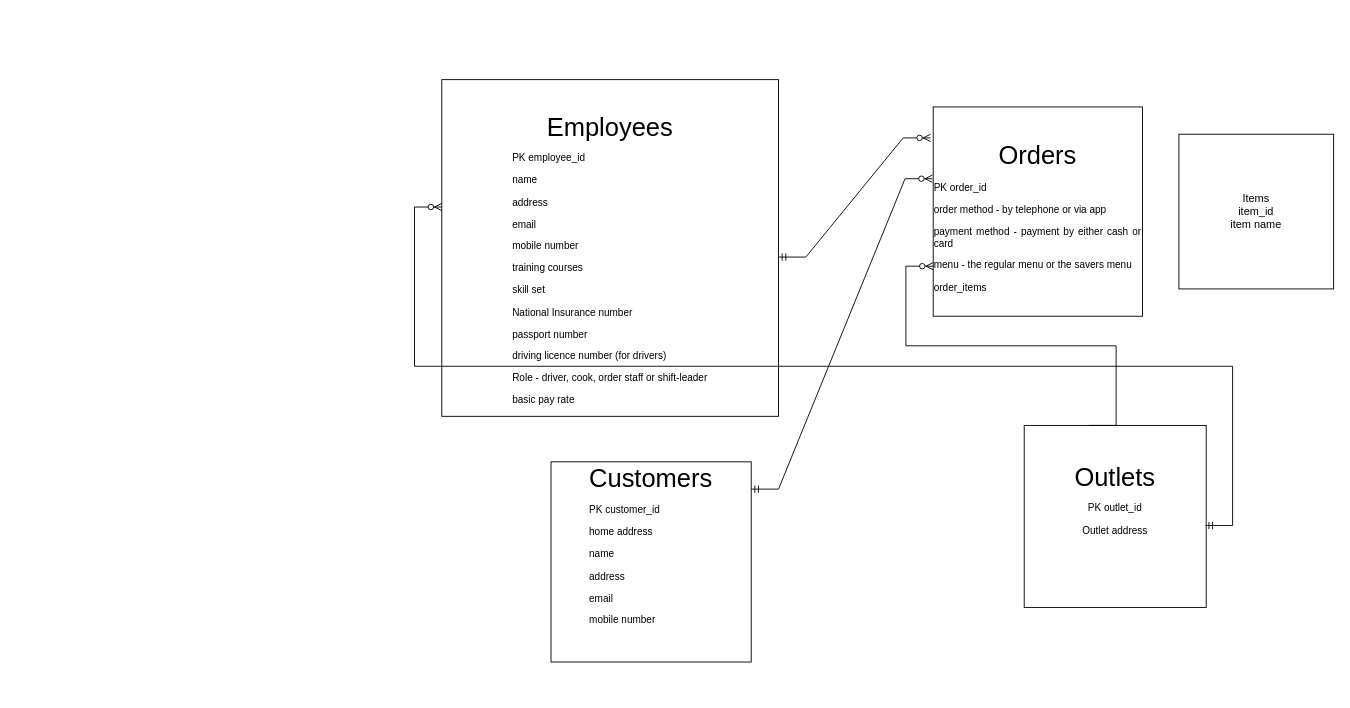
This is Untitled Diagram.drawio from yuliiabosher/Relational-databases, a draw.io file, before an edit. Source tidied: cells renumbered, new cells numbered last; positions are measured from the earlier drawing's top-left corner, leaving out a move shared by most shapes. Both pictures are drawn from the tidied source at 91%, with x=0, y=0 at pixel (346, 79).
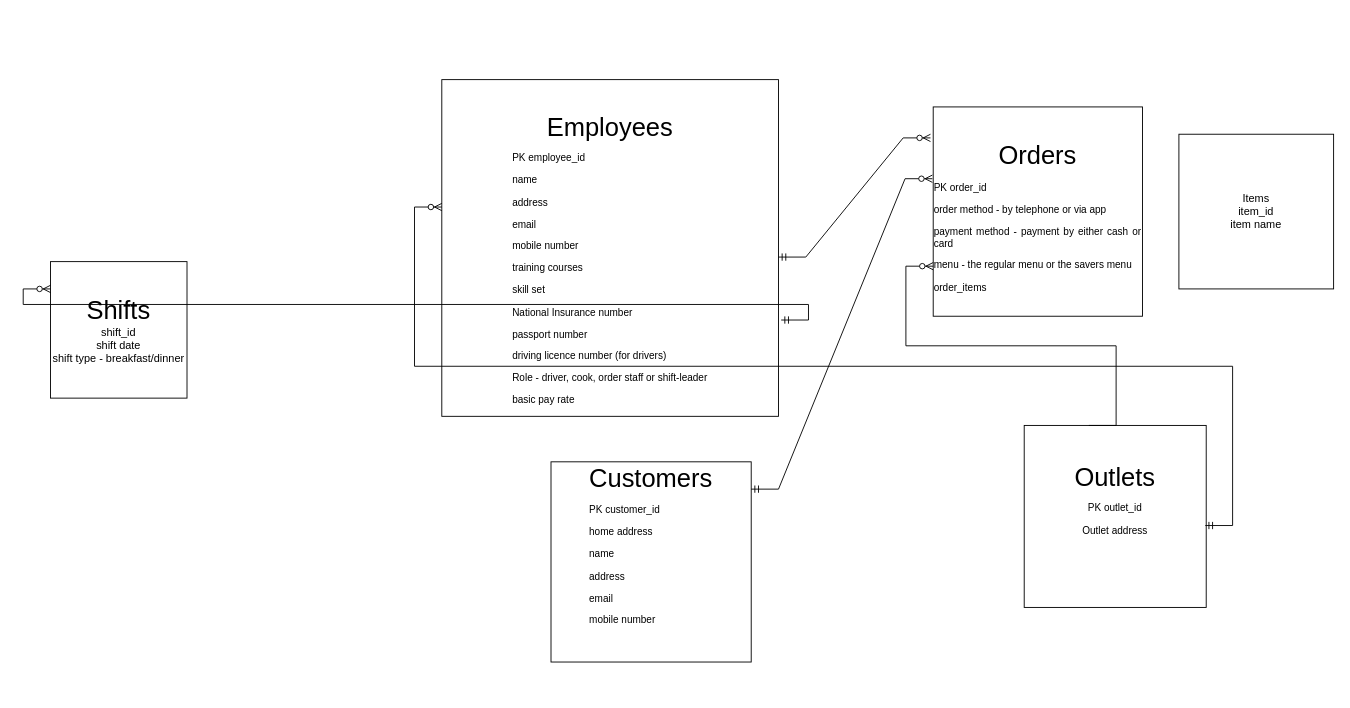
After the change.

Unchanged cells that the change refers to:
```xml
<mxCell id="2" value="&lt;p style=&quot;text-align: center; font-size: 11px;&quot;&gt;&lt;font style=&quot;font-size: 11px;&quot;&gt;&lt;br&gt;&lt;/font&gt;&lt;/p&gt;&lt;p style=&quot;text-align: center; font-size: 11px;&quot;&gt;&lt;font style=&quot;font-size: 28px;&quot;&gt;Employees&lt;/font&gt;&lt;/p&gt;&lt;p style=&quot;text-align: left; font-size: 11px;&quot;&gt;&lt;font style=&quot;font-size: 11px;&quot;&gt;PK employee_id&lt;/font&gt;&lt;/p&gt;&lt;p style=&quot;text-align: justify; font-size: 11px;&quot;&gt;&lt;font style=&quot;font-size: 11px;&quot;&gt;&lt;span style=&quot;font-family: Calibri;&quot;&gt;name&lt;/span&gt;&lt;/font&gt;&lt;/p&gt;&lt;p style=&quot;text-align: justify; font-size: 11px;&quot;&gt;&lt;font style=&quot;font-size: 11px;&quot;&gt;&lt;span style=&quot;font-family: Calibri;&quot;&gt;address&lt;/span&gt;&lt;/font&gt;&lt;/p&gt;&lt;p style=&quot;text-align: justify; font-size: 11px;&quot;&gt;&lt;font style=&quot;font-size: 11px;&quot;&gt;&lt;span style=&quot;font-family: Calibri;&quot;&gt;email&lt;/span&gt;&lt;/font&gt;&lt;/p&gt;&lt;p style=&quot;text-align: justify; font-size: 11px;&quot;&gt;&lt;font style=&quot;font-size: 11px;&quot;&gt;&lt;span style=&quot;font-family: Calibri;&quot;&gt;mobile number&lt;/span&gt;&lt;/font&gt;&lt;/p&gt;&lt;p style=&quot;text-align: justify; font-size: 11px;&quot;&gt;&lt;font style=&quot;font-size: 11px;&quot;&gt;&lt;span style=&quot;font-family: Calibri;&quot;&gt;training courses&lt;/span&gt;&lt;/font&gt;&lt;/p&gt;&lt;p style=&quot;text-align: justify; font-size: 11px;&quot;&gt;&lt;font style=&quot;font-size: 11px;&quot;&gt;&lt;span style=&quot;font-family: Calibri;&quot;&gt;skill set&lt;/span&gt;&lt;/font&gt;&lt;/p&gt;&lt;p style=&quot;text-align: justify; font-size: 11px;&quot;&gt;&lt;font style=&quot;font-size: 11px;&quot;&gt;&lt;span style=&quot;font-family: Calibri;&quot;&gt;National Insurance number&lt;/span&gt;&lt;/font&gt;&lt;/p&gt;&lt;p style=&quot;text-align: justify; font-size: 11px;&quot;&gt;&lt;font style=&quot;font-size: 11px;&quot;&gt;&lt;span style=&quot;font-family: Calibri;&quot;&gt;passport number &lt;/span&gt;&lt;/font&gt;&lt;/p&gt;&lt;p style=&quot;text-align: justify; font-size: 11px;&quot;&gt;&lt;font style=&quot;font-size: 11px;&quot;&gt;&lt;span style=&quot;font-family: Calibri;&quot;&gt;driving licence number (for drivers)&lt;/span&gt;&lt;/font&gt;&lt;/p&gt;&lt;p style=&quot;text-align: justify; font-size: 11px;&quot;&gt;&lt;font style=&quot;font-size: 11px;&quot;&gt;&lt;span style=&quot;font-family: Calibri;&quot;&gt;Role - driver, cook, order staff or shift-leader&lt;/span&gt;&lt;/font&gt;&lt;/p&gt;&lt;p style=&quot;text-align: justify; font-size: 11px;&quot;&gt;&lt;font style=&quot;font-size: 11px;&quot;&gt;&lt;span style=&quot;font-family: Calibri;&quot;&gt;basic pay rate&lt;/span&gt;&lt;/font&gt;&lt;br&gt;&lt;/p&gt;" style="whiteSpace=wrap;html=1;" parent="1" vertex="1">
  <mxGeometry x="105" width="370" height="370" as="geometry" />
</mxCell>
```

Change to the diagram source:
```diff
@@
+    <mxCell id="11" value="&lt;div style=&quot;font-size: 13px;&quot;&gt;&lt;font style=&quot;font-size: 28px;&quot;&gt;Shifts&lt;/font&gt;&lt;/div&gt;&lt;div&gt;shift_id&lt;/div&gt;&lt;div&gt;shift date&lt;/div&gt;&lt;div&gt;shift type - breakfast/dinner&lt;br&gt;&lt;/div&gt;" style="whiteSpace=wrap;html=1;" parent="1" vertex="1">
+      <mxGeometry x="-325" y="200" width="150" height="150" as="geometry" />
+    </mxCell>
+    <mxCell id="12" style="edgeStyle=entityRelationEdgeStyle;fontSize=12;html=1;endArrow=ERzeroToMany;startArrow=ERmandOne;rounded=0;exitX=1.008;exitY=0.714;exitDx=0;exitDy=0;exitPerimeter=0;" parent="1" edge="1" source="2">
+      <mxGeometry relative="1" as="geometry">
+        <mxPoint x="-325" y="230" as="targetPoint" />
+        <Array as="points">
+          <mxPoint x="485" y="230" />
+        </Array>
+      </mxGeometry>
+    </mxCell>
```
